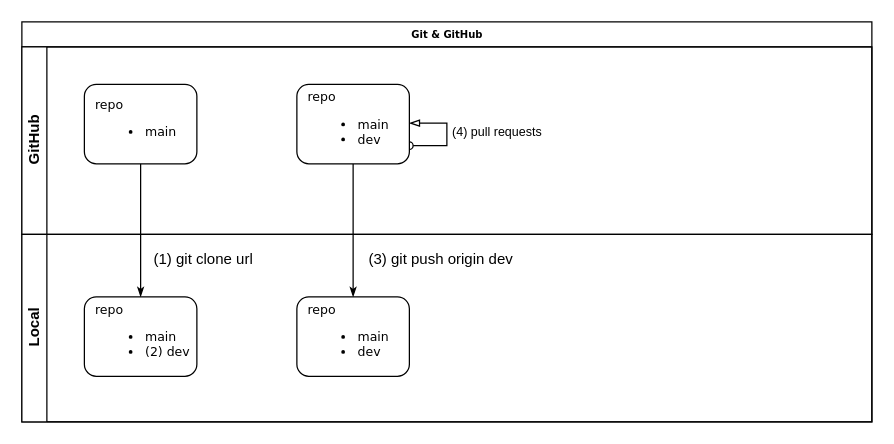
Above: Untitled Diagram.drawio in dannylarrea/draw.io (draw.io), before the change. Source tidied: cells renumbered, new cells numbered last; positions are measured from the earlier drawing's top-left corner, leaving out a move shared by most shapes. Both pictures are drawn from the tidied source at 125%, with x=0, y=0 at pixel (21, 21).
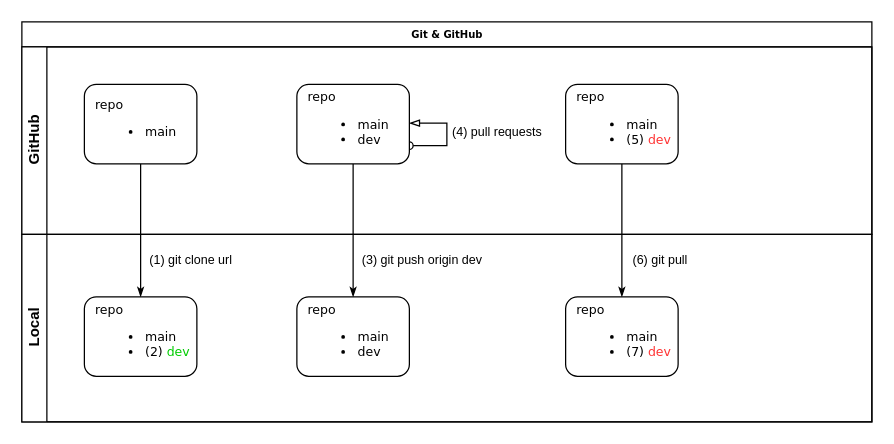
The same page after the edit.

The change refers to these unchanged cells:
```xml
<mxCell id="8" value="Local" style="swimlane;html=1;startSize=20;horizontal=0;" parent="2" vertex="1">
  <mxGeometry y="170" width="680" height="150" as="geometry" />
</mxCell>
```

Diff of the diagram source:
```diff
@@
-    <mxCell id="9" value="repo&lt;br style=&quot;font-size: 10px;&quot;&gt;&lt;ul style=&quot;font-size: 10px;&quot;&gt;&lt;li style=&quot;font-size: 10px;&quot;&gt;&lt;span style=&quot;font-size: 10px;&quot;&gt;main&lt;/span&gt;&lt;/li&gt;&lt;li style=&quot;font-size: 10px;&quot;&gt;&lt;span style=&quot;font-size: 10px;&quot;&gt;(2) dev&lt;/span&gt;&lt;/li&gt;&lt;/ul&gt;" style="rounded=1;whiteSpace=wrap;html=1;shadow=0;labelBackgroundColor=none;strokeWidth=1;fontFamily=Verdana;fontSize=10;align=left;spacingLeft=7;" parent="8" vertex="1">
+    <mxCell id="9" value="repo&lt;br style=&quot;font-size: 10px&quot;&gt;&lt;ul style=&quot;font-size: 10px&quot;&gt;&lt;li style=&quot;font-size: 10px&quot;&gt;&lt;span style=&quot;font-size: 10px&quot;&gt;main&lt;/span&gt;&lt;/li&gt;&lt;li style=&quot;font-size: 10px&quot;&gt;&lt;span style=&quot;font-size: 10px&quot;&gt;(2) &lt;font color=&quot;#00cc00&quot;&gt;dev&lt;/font&gt;&lt;/span&gt;&lt;/li&gt;&lt;/ul&gt;" style="rounded=1;whiteSpace=wrap;html=1;shadow=0;labelBackgroundColor=none;strokeWidth=1;fontFamily=Verdana;fontSize=10;align=left;spacingLeft=7;" parent="8" vertex="1">
       <mxGeometry x="50" y="50" width="90" height="63.5" as="geometry" />
     </mxCell>
-    <mxCell id="10" value="(1) git clone url" style="text;html=1;align=center;verticalAlign=middle;strokeColor=none;fillColor=none;" parent="8" vertex="1">
-      <mxGeometry x="100" y="10" width="90" height="20" as="geometry" />
+    <mxCell id="10" value="&lt;font style=&quot;font-size: 10px&quot;&gt;(1) git clone url&lt;/font&gt;" style="text;html=1;align=center;verticalAlign=middle;strokeColor=none;fillColor=none;" parent="8" vertex="1">
+      <mxGeometry x="95" y="10" width="80" height="20" as="geometry" />
     </mxCell>
-    <mxCell id="11" value="(3) git push origin dev" style="text;html=1;align=center;verticalAlign=middle;strokeColor=none;fillColor=none;" parent="8" vertex="1">
-      <mxGeometry x="270" y="10" width="130" height="20" as="geometry" />
+    <mxCell id="11" value="&lt;font style=&quot;font-size: 10px&quot;&gt;(3) git push origin dev&lt;/font&gt;" style="text;html=1;align=center;verticalAlign=middle;strokeColor=none;fillColor=none;" parent="8" vertex="1">
+      <mxGeometry x="265" y="10" width="110" height="20" as="geometry" />
     </mxCell>
+    <mxCell id="15" value="&lt;font style=&quot;font-size: 10px&quot;&gt;(6) git pull&lt;/font&gt;" style="text;html=1;align=left;verticalAlign=middle;strokeColor=none;fillColor=none;" parent="8" vertex="1">
+      <mxGeometry x="487" y="10" width="60" height="20" as="geometry" />
+    </mxCell>
@@
+    <mxCell id="16" style="edgeStyle=orthogonalEdgeStyle;rounded=0;html=1;labelBackgroundColor=none;startArrow=none;startFill=0;startSize=5;endArrow=classicThin;endFill=1;endSize=5;jettySize=auto;strokeWidth=1;fontFamily=Verdana;fontSize=8;entryX=0.5;entryY=0;entryDx=0;entryDy=0;" parent="1" edge="1" source="18" target="17">
+      <mxGeometry relative="1" as="geometry" />
+    </mxCell>
+    <mxCell id="17" value="repo&lt;br style=&quot;font-size: 10px&quot;&gt;&lt;ul style=&quot;font-size: 10px&quot;&gt;&lt;li style=&quot;font-size: 10px&quot;&gt;&lt;span style=&quot;font-size: 10px&quot;&gt;main&lt;/span&gt;&lt;/li&gt;&lt;li&gt;(7)&lt;font color=&quot;#ff3333&quot;&gt;&amp;nbsp;dev&lt;/font&gt;&lt;/li&gt;&lt;/ul&gt;" style="rounded=1;whiteSpace=wrap;html=1;shadow=0;labelBackgroundColor=none;strokeWidth=1;fontFamily=Verdana;fontSize=10;align=left;spacingLeft=7;" parent="1" vertex="1">
+      <mxGeometry x="435" y="220" width="90" height="63.5" as="geometry" />
+    </mxCell>
+    <mxCell id="18" value="repo&lt;br&gt;&lt;ul&gt;&lt;li&gt;main&lt;/li&gt;&lt;li&gt;(5)&lt;font color=&quot;#ff3333&quot;&gt; dev&lt;/font&gt;&lt;/li&gt;&lt;/ul&gt;" style="rounded=1;whiteSpace=wrap;html=1;shadow=0;labelBackgroundColor=none;strokeWidth=1;fontFamily=Verdana;fontSize=10;align=left;spacingLeft=7;" parent="1" vertex="1">
+      <mxGeometry x="435" y="50" width="90" height="63.5" as="geometry" />
+    </mxCell>
```
